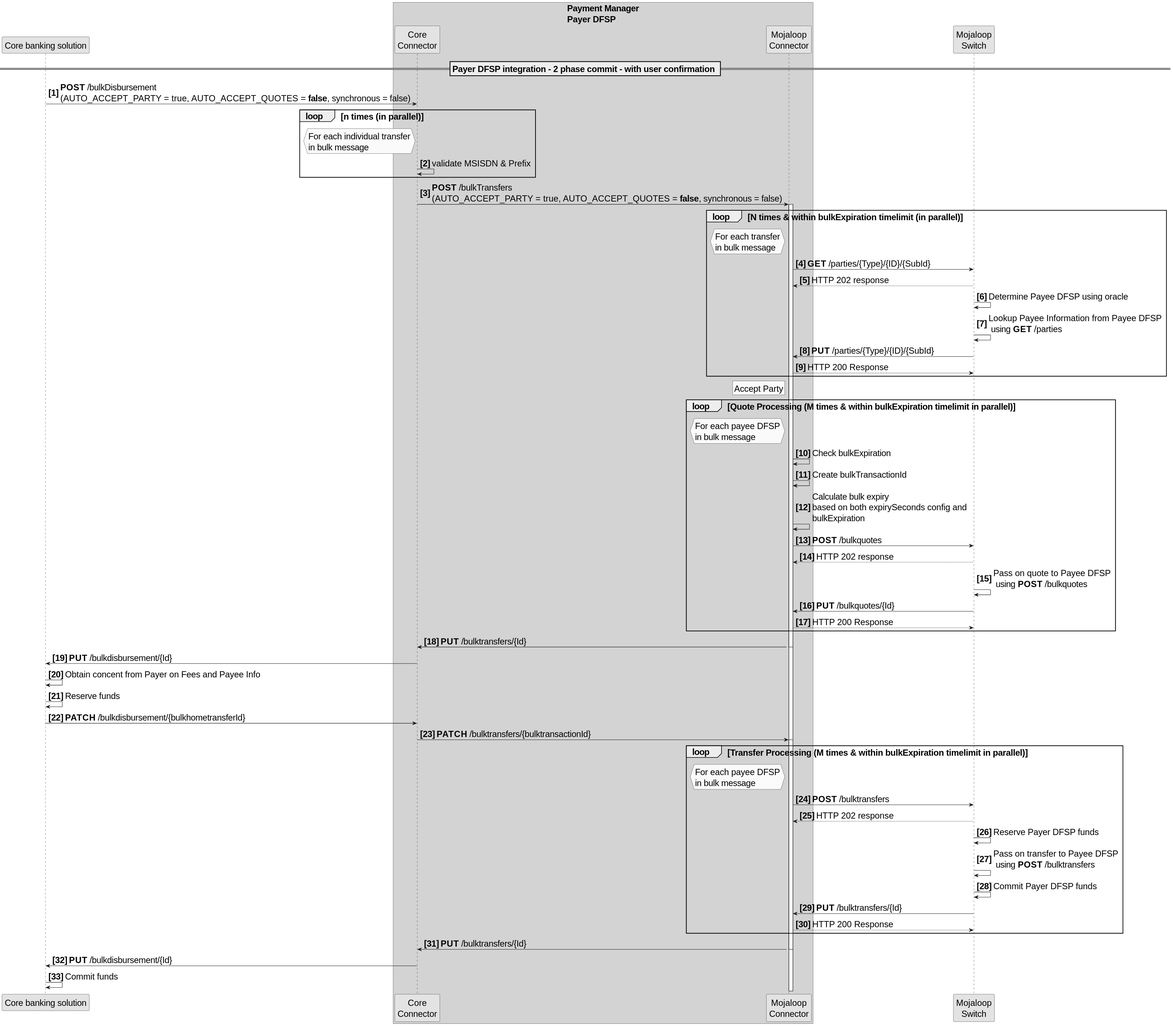
This is docs/technical/sdk-scheme-adapter/assets/sequence/PayerDFSPBulkTwoPhasePattern.svg from mojaloop/documentation, a PlantUML export, as it was before one commit.
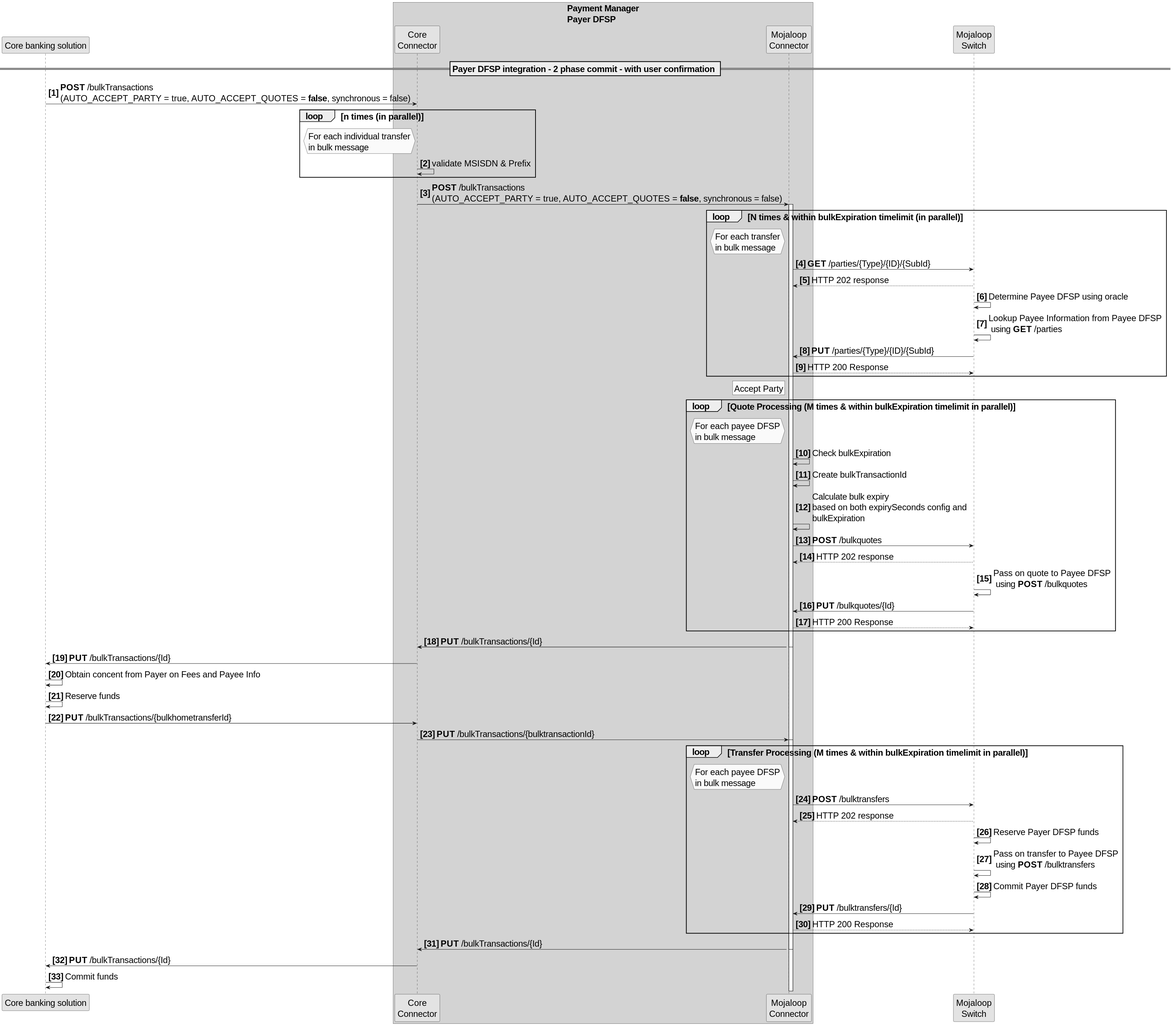
Above is the later version.

The edit, as a diff of the source:
```diff
@@ -16,7 +16,7 @@
 
 == Payer DFSP integration - 2 phase commit - with user confirmation ==
 
-CBS->CC: **POST** /bulkDisbursement \n(AUTO_ACCEPT_PARTY = true, AUTO_ACCEPT_QUOTES = **false**, synchronous = false)
+CBS->CC: **POST** /bulkTransactions \n(AUTO_ACCEPT_PARTY = true, AUTO_ACCEPT_QUOTES = **false**, synchronous = false)
 Loop n times  (in parallel)
     hnote left of CC
         For each individual transfer
@@ -24,7 +24,7 @@
     end hnote
     CC -> CC: validate MSISDN & Prefix
 end Loop
-CC->MC: **POST** /bulkTransfers \n(AUTO_ACCEPT_PARTY = true, AUTO_ACCEPT_QUOTES = **false**, synchronous = false)
+CC->MC: **POST** /bulkTransactions \n(AUTO_ACCEPT_PARTY = true, AUTO_ACCEPT_QUOTES = **false**, synchronous = false)
 activate MC
 loop N times & within bulkExpiration timelimit  (in parallel)
 hnote left of MC
@@ -58,16 +58,16 @@
   Switch->MC: **PUT** /bulkquotes/{Id}
   MC-->Switch: HTTP 200 Response
 end loop
-  MC->CC: **PUT** /bulktransfers/{Id}
+  MC->CC: **PUT** /bulkTransactions/{Id}
 
   deactivate MC
-  CC->CBS: **PUT** /bulkdisbursement/{Id}
+  CC->CBS: **PUT** /bulkTransactions/{Id}
 
 
 CBS->CBS: Obtain concent from Payer on Fees and Payee Info
 CBS->CBS: Reserve funds
-CBS->CC: **PATCH** /bulkdisbursement/{bulkhometransferId}
-CC->MC: **PATCH** /bulktransfers/{bulktransactionId}
+CBS->CC: **PUT** /bulkTransactions/{bulkhometransferId}
+CC->MC: **PUT** /bulkTransactions/{bulktransactionId}
 
 loop Transfer Processing (M times & within bulkExpiration timelimit  in parallel)
   hnote left of MC
@@ -85,10 +85,10 @@
   MC-->Switch: HTTP 200 Response
 end loop
 
-MC->CC: **PUT** /bulktransfers/{Id}
+MC->CC: **PUT** /bulkTransactions/{Id}
 
 deactivate MC
-CC->CBS: **PUT** /bulkdisbursement/{Id}
+CC->CBS: **PUT** /bulkTransactions/{Id}
 CBS->CBS: Commit funds
 
 @enduml
```
